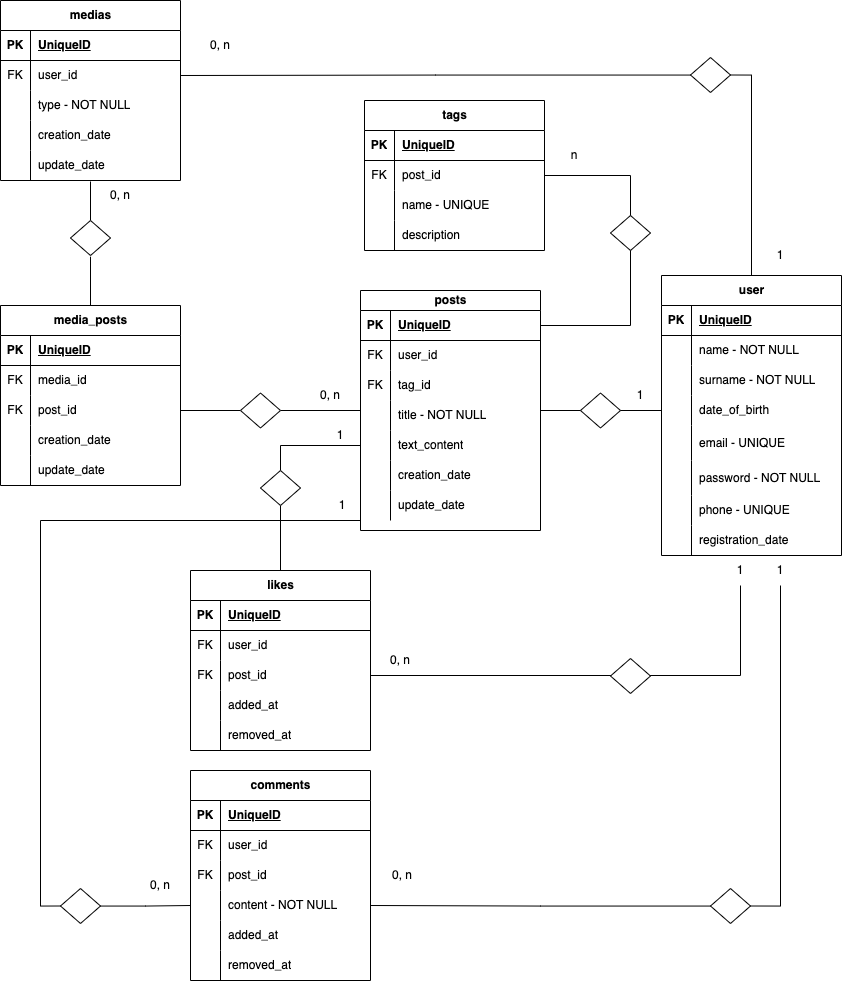
michelegelmini/social-platform keeps this draw.io diagram as social_platform.drawio.png. Above is the earlier version. Source tidied: cells renumbered, new cells last; positions are measured from the earlier drawing's top-left corner, leaving out a move shared by most shapes.
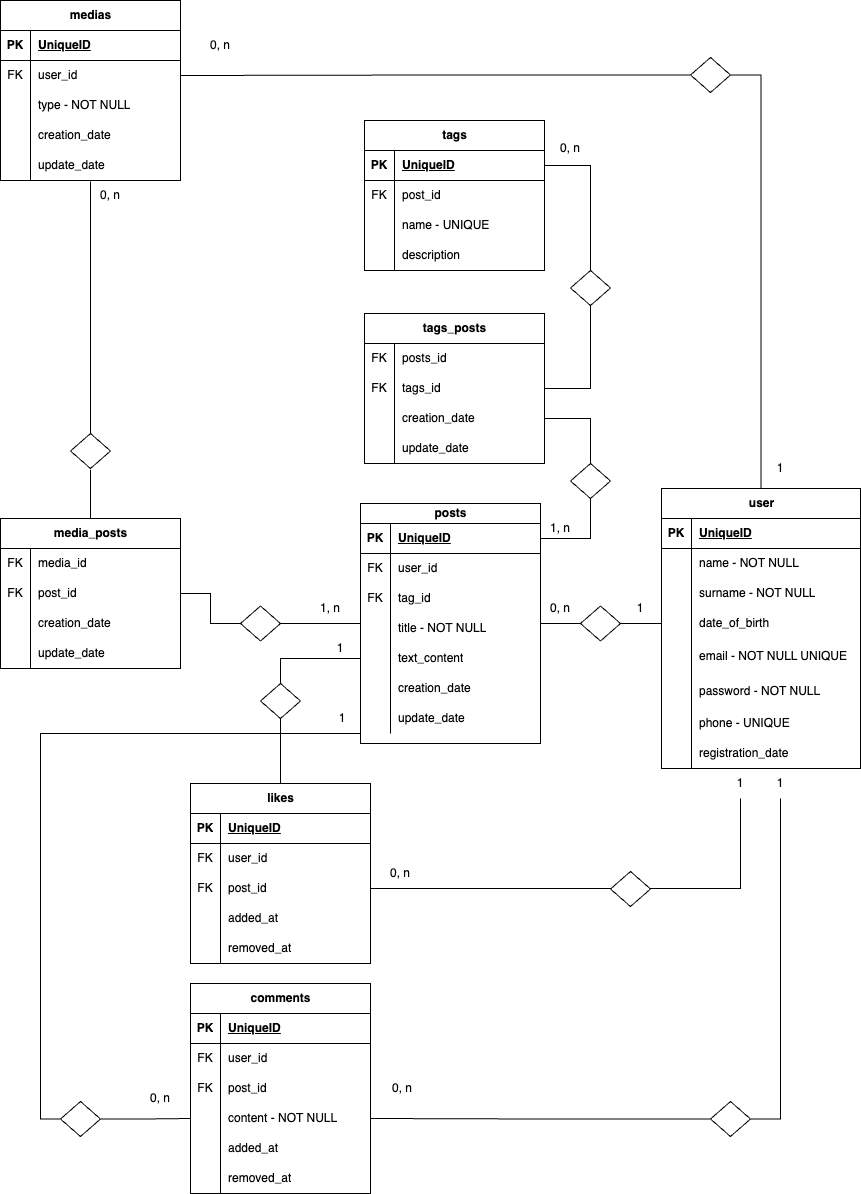
The same file after the commit.

Commit message:
add: diagram and querys

What changed in the source:
```diff
@@ -11,6 +11,6 @@
     <mxCell id="4" value="user" style="shape=table;startSize=30;rowLines=0;fontStyle=1;align=center;html=1;" parent="1" vertex="1">
-      <mxGeometry x="661" y="275" width="180" height="280" as="geometry" />
+      <mxGeometry x="661" y="275" width="199" height="280" as="geometry" />
     </mxCell>
     <mxCell id="5" style="shape=tableRow;horizontal=0;startSize=0;swimlaneHead=0;swimlaneBody=0;fillColor=none;top=0;left=0;right=0;bottom=1;" parent="4" vertex="1">
-      <mxGeometry y="30" width="180" height="30" as="geometry" />
+      <mxGeometry y="30" width="199" height="30" as="geometry" />
     </mxCell>
@@ -20,6 +20,6 @@
     <mxCell id="7" value="UniqueID" style="shape=partialRectangle;fillColor=none;top=0;left=0;bottom=0;right=0;align=left;spacingLeft=6;fontStyle=5;overflow=hidden;whiteSpace=wrap;html=1;" parent="5" vertex="1">
-      <mxGeometry x="30" width="150" height="30" as="geometry" />
+      <mxGeometry x="30" width="169" height="30" as="geometry" />
     </mxCell>
     <mxCell id="8" style="shape=tableRow;horizontal=0;startSize=0;swimlaneHead=0;swimlaneBody=0;fillColor=none;top=0;left=0;right=0;bottom=0;" parent="4" vertex="1">
-      <mxGeometry y="60" width="180" height="30" as="geometry" />
+      <mxGeometry y="60" width="199" height="30" as="geometry" />
     </mxCell>
@@ -29,6 +29,6 @@
     <mxCell id="10" value="name&amp;nbsp;- NOT NULL" style="shape=partialRectangle;fillColor=none;top=0;left=0;bottom=0;right=0;align=left;spacingLeft=6;overflow=hidden;whiteSpace=wrap;html=1;" parent="8" vertex="1">
-      <mxGeometry x="30" width="150" height="30" as="geometry" />
+      <mxGeometry x="30" width="169" height="30" as="geometry" />
     </mxCell>
     <mxCell id="11" style="shape=tableRow;horizontal=0;startSize=0;swimlaneHead=0;swimlaneBody=0;fillColor=none;top=0;left=0;right=0;bottom=0;" parent="4" vertex="1">
-      <mxGeometry y="90" width="180" height="30" as="geometry" />
+      <mxGeometry y="90" width="199" height="30" as="geometry" />
     </mxCell>
@@ -38,6 +38,6 @@
     <mxCell id="13" value="surname&amp;nbsp;- NOT NULL" style="shape=partialRectangle;fillColor=none;top=0;left=0;bottom=0;right=0;align=left;spacingLeft=6;overflow=hidden;whiteSpace=wrap;html=1;" parent="11" vertex="1">
-      <mxGeometry x="30" width="150" height="30" as="geometry" />
+      <mxGeometry x="30" width="169" height="30" as="geometry" />
     </mxCell>
     <mxCell id="14" style="shape=tableRow;horizontal=0;startSize=0;swimlaneHead=0;swimlaneBody=0;fillColor=none;points=[[0,0.5],[1,0.5]];portConstraint=eastwest;top=0;left=0;right=0;bottom=0;" parent="4" vertex="1">
-      <mxGeometry y="120" width="180" height="30" as="geometry" />
+      <mxGeometry y="120" width="199" height="30" as="geometry" />
     </mxCell>
@@ -47,6 +47,6 @@
     <mxCell id="16" value="date_of_birth" style="shape=partialRectangle;fillColor=none;top=0;left=0;bottom=0;right=0;align=left;spacingLeft=6;overflow=hidden;whiteSpace=wrap;html=1;" parent="14" vertex="1">
-      <mxGeometry x="30" width="150" height="30" as="geometry" />
+      <mxGeometry x="30" width="169" height="30" as="geometry" />
     </mxCell>
     <mxCell id="17" style="shape=tableRow;horizontal=0;startSize=0;swimlaneHead=0;swimlaneBody=0;fillColor=none;top=0;left=0;right=0;bottom=0;" parent="4" vertex="1">
-      <mxGeometry y="150" width="180" height="35" as="geometry" />
+      <mxGeometry y="150" width="199" height="35" as="geometry" />
     </mxCell>
@@ -55,7 +55,7 @@
     </mxCell>
-    <mxCell id="19" value="email - UNIQUE" style="shape=partialRectangle;fillColor=none;top=0;left=0;bottom=0;right=0;align=left;spacingLeft=6;overflow=hidden;whiteSpace=wrap;html=1;" parent="17" vertex="1">
-      <mxGeometry x="30" width="150" height="35" as="geometry" />
+    <mxCell id="19" value="email - NOT NULL UNIQUE" style="shape=partialRectangle;fillColor=none;top=0;left=0;bottom=0;right=0;align=left;spacingLeft=6;overflow=hidden;whiteSpace=wrap;html=1;" parent="17" vertex="1">
+      <mxGeometry x="30" width="169" height="35" as="geometry" />
     </mxCell>
     <mxCell id="20" style="shape=tableRow;horizontal=0;startSize=0;swimlaneHead=0;swimlaneBody=0;fillColor=none;top=0;left=0;right=0;bottom=0;" parent="4" vertex="1">
-      <mxGeometry y="185" width="180" height="35" as="geometry" />
+      <mxGeometry y="185" width="199" height="35" as="geometry" />
     </mxCell>
@@ -65,6 +65,6 @@
     <mxCell id="22" value="password - NOT NULL" style="shape=partialRectangle;fillColor=none;top=0;left=0;bottom=0;right=0;align=left;spacingLeft=6;overflow=hidden;whiteSpace=wrap;html=1;" parent="20" vertex="1">
-      <mxGeometry x="30" width="150" height="35" as="geometry" />
+      <mxGeometry x="30" width="169" height="35" as="geometry" />
     </mxCell>
     <mxCell id="23" style="shape=tableRow;horizontal=0;startSize=0;swimlaneHead=0;swimlaneBody=0;fillColor=none;top=0;left=0;right=0;bottom=0;" parent="4" vertex="1">
-      <mxGeometry y="220" width="180" height="30" as="geometry" />
+      <mxGeometry y="220" width="199" height="30" as="geometry" />
     </mxCell>
@@ -74,6 +74,6 @@
     <mxCell id="25" value="phone - UNIQUE" style="shape=partialRectangle;fillColor=none;top=0;left=0;bottom=0;right=0;align=left;spacingLeft=6;overflow=hidden;whiteSpace=wrap;html=1;" parent="23" vertex="1">
-      <mxGeometry x="30" width="150" height="30" as="geometry" />
+      <mxGeometry x="30" width="169" height="30" as="geometry" />
     </mxCell>
     <mxCell id="26" style="shape=tableRow;horizontal=0;startSize=0;swimlaneHead=0;swimlaneBody=0;fillColor=none;top=0;left=0;right=0;bottom=0;" parent="4" vertex="1">
-      <mxGeometry y="250" width="180" height="30" as="geometry" />
+      <mxGeometry y="250" width="199" height="30" as="geometry" />
     </mxCell>
@@ -83,3 +83,3 @@
     <mxCell id="28" value="registration_date" style="shape=partialRectangle;fillColor=none;top=0;left=0;bottom=0;right=0;align=left;spacingLeft=6;overflow=hidden;whiteSpace=wrap;html=1;" parent="26" vertex="1">
-      <mxGeometry x="30" width="150" height="30" as="geometry" />
+      <mxGeometry x="30" width="169" height="30" as="geometry" />
     </mxCell>
@@ -203,3 +203,3 @@
     <mxCell id="68" value="medias" style="shape=table;startSize=30;rowLines=0;fontStyle=1;align=center;html=1;" parent="1" vertex="1">
-      <mxGeometry width="180" height="180" as="geometry" />
+      <mxGeometry y="-213" width="180" height="180" as="geometry" />
     </mxCell>
@@ -254,15 +254,6 @@
     <mxCell id="85" value="media_posts" style="shape=table;startSize=30;rowLines=0;fontStyle=1;align=center;html=1;" parent="1" vertex="1">
-      <mxGeometry y="305" width="180" height="180" as="geometry" />
+      <mxGeometry y="305" width="180" height="150" as="geometry" />
     </mxCell>
-    <mxCell id="86" style="shape=tableRow;horizontal=0;startSize=0;swimlaneHead=0;swimlaneBody=0;fillColor=none;top=0;left=0;right=0;bottom=1;" parent="85" vertex="1">
-      <mxGeometry y="30" width="180" height="30" as="geometry" />
-    </mxCell>
-    <mxCell id="87" value="PK" style="shape=partialRectangle;fillColor=none;top=0;left=0;bottom=0;right=0;fontStyle=1;overflow=hidden;whiteSpace=wrap;html=1;" parent="86" vertex="1">
-      <mxGeometry width="30" height="30" as="geometry" />
-    </mxCell>
-    <mxCell id="88" value="UniqueID" style="shape=partialRectangle;fillColor=none;top=0;left=0;bottom=0;right=0;align=left;spacingLeft=6;fontStyle=5;overflow=hidden;whiteSpace=wrap;html=1;" parent="86" vertex="1">
-      <mxGeometry x="30" width="150" height="30" as="geometry" />
-    </mxCell>
     <mxCell id="89" style="shape=tableRow;horizontal=0;startSize=0;swimlaneHead=0;swimlaneBody=0;fillColor=none;top=0;left=0;right=0;bottom=0;" parent="85" vertex="1">
-      <mxGeometry y="60" width="180" height="30" as="geometry" />
+      <mxGeometry y="30" width="180" height="30" as="geometry" />
     </mxCell>
@@ -275,3 +266,3 @@
     <mxCell id="92" style="shape=tableRow;horizontal=0;startSize=0;swimlaneHead=0;swimlaneBody=0;fillColor=none;points=[[0,0.5],[1,0.5]];portConstraint=eastwest;top=0;left=0;right=0;bottom=0;" parent="85" vertex="1">
-      <mxGeometry y="90" width="180" height="30" as="geometry" />
+      <mxGeometry y="60" width="180" height="30" as="geometry" />
     </mxCell>
@@ -284,3 +275,3 @@
     <mxCell id="95" style="shape=tableRow;horizontal=0;startSize=0;swimlaneHead=0;swimlaneBody=0;fillColor=none;top=0;left=0;right=0;bottom=0;" parent="85" vertex="1">
-      <mxGeometry y="120" width="180" height="30" as="geometry" />
+      <mxGeometry y="90" width="180" height="30" as="geometry" />
     </mxCell>
@@ -293,3 +284,3 @@
     <mxCell id="98" style="shape=tableRow;horizontal=0;startSize=0;swimlaneHead=0;swimlaneBody=0;fillColor=none;top=0;left=0;right=0;bottom=0;" parent="85" vertex="1">
-      <mxGeometry y="150" width="180" height="30" as="geometry" />
+      <mxGeometry y="120" width="180" height="30" as="geometry" />
     </mxCell>
@@ -311,3 +302,3 @@
     <mxCell id="104" value="tags" style="shape=table;startSize=30;rowLines=0;fontStyle=1;align=center;html=1;" parent="1" vertex="1">
-      <mxGeometry x="364" y="100" width="180" height="150" as="geometry" />
+      <mxGeometry x="364" y="-93" width="180" height="150" as="geometry" />
     </mxCell>
@@ -349,12 +340,4 @@
     </mxCell>
-    <mxCell id="117" style="edgeStyle=orthogonalEdgeStyle;rounded=0;jettySize=auto;html=1;entryX=1;entryY=0.5;entryDx=0;entryDy=0;endArrow=none;endFill=0;" parent="1" edge="1" source="31" target="108">
-      <mxGeometry relative="1" as="geometry">
-        <Array as="points">
-          <mxPoint x="630" y="325" />
-          <mxPoint x="630" y="175" />
-        </Array>
-      </mxGeometry>
-    </mxCell>
     <mxCell id="118" value="0, n" style="text;html=1;align=center;verticalAlign=middle;whiteSpace=wrap;rounded=0;" parent="1" vertex="1">
-      <mxGeometry x="190" y="30" width="60" height="30" as="geometry" />
+      <mxGeometry x="190" y="-183" width="60" height="30" as="geometry" />
     </mxCell>
@@ -363,4 +346,4 @@
     </mxCell>
-    <mxCell id="120" value="n" style="text;html=1;align=center;verticalAlign=middle;whiteSpace=wrap;rounded=0;" parent="1" vertex="1">
-      <mxGeometry x="544" y="140" width="60" height="30" as="geometry" />
+    <mxCell id="120" value="0, n" style="text;html=1;align=center;verticalAlign=middle;whiteSpace=wrap;rounded=0;" parent="1" vertex="1">
+      <mxGeometry x="540" y="-80" width="60" height="30" as="geometry" />
     </mxCell>
@@ -378,3 +361,3 @@
     </mxCell>
-    <mxCell id="125" value="0, n" style="text;html=1;align=center;verticalAlign=middle;whiteSpace=wrap;rounded=0;" parent="1" vertex="1">
+    <mxCell id="125" value="1, n" style="text;html=1;align=center;verticalAlign=middle;whiteSpace=wrap;rounded=0;" parent="1" vertex="1">
       <mxGeometry x="300" y="380" width="60" height="30" as="geometry" />
@@ -382,3 +365,3 @@
     <mxCell id="126" value="0, n" style="text;html=1;align=center;verticalAlign=middle;whiteSpace=wrap;rounded=0;" parent="1" vertex="1">
-      <mxGeometry x="90" y="180" width="60" height="30" as="geometry" />
+      <mxGeometry x="80" y="-33" width="60" height="30" as="geometry" />
     </mxCell>
@@ -457,6 +440,9 @@
     <mxCell id="151" style="rhombus;whiteSpace=wrap;html=1;" parent="1" vertex="1">
-      <mxGeometry x="690" y="57" width="40" height="35" as="geometry" />
+      <mxGeometry x="690" y="-156" width="40" height="35" as="geometry" />
     </mxCell>
+    <mxCell id="167" style="edgeStyle=orthogonalEdgeStyle;rounded=0;jettySize=auto;html=1;entryX=1;entryY=0.5;entryDx=0;entryDy=0;endArrow=none;endFill=0;" parent="1" edge="1" source="152" target="176">
+      <mxGeometry relative="1" as="geometry" />
+    </mxCell>
     <mxCell id="152" style="rhombus;whiteSpace=wrap;html=1;" parent="1" vertex="1">
-      <mxGeometry x="610" y="215" width="40" height="35" as="geometry" />
+      <mxGeometry x="570" y="250" width="40" height="35" as="geometry" />
     </mxCell>
@@ -509,2 +495,59 @@
     </mxCell>
+    <mxCell id="168" value="0, n" style="text;html=1;align=center;verticalAlign=middle;whiteSpace=wrap;rounded=0;" parent="1" vertex="1">
+      <mxGeometry x="530" y="380" width="60" height="30" as="geometry" />
+    </mxCell>
+    <mxCell id="169" value="tags_posts" style="shape=table;startSize=30;rowLines=0;fontStyle=1;align=center;html=1;" parent="1" vertex="1">
+      <mxGeometry x="364" y="100" width="180" height="150" as="geometry" />
+    </mxCell>
+    <mxCell id="170" style="shape=tableRow;horizontal=0;startSize=0;swimlaneHead=0;swimlaneBody=0;fillColor=none;top=0;left=0;right=0;bottom=0;" parent="169" vertex="1">
+      <mxGeometry y="30" width="180" height="30" as="geometry" />
+    </mxCell>
+    <mxCell id="171" value="FK" style="shape=partialRectangle;fillColor=none;top=0;left=0;bottom=0;right=0;overflow=hidden;whiteSpace=wrap;html=1;" parent="170" vertex="1">
+      <mxGeometry width="30" height="30" as="geometry" />
+    </mxCell>
+    <mxCell id="172" value="posts_id" style="shape=partialRectangle;fillColor=none;top=0;left=0;bottom=0;right=0;align=left;spacingLeft=6;overflow=hidden;whiteSpace=wrap;html=1;" parent="170" vertex="1">
+      <mxGeometry x="30" width="150" height="30" as="geometry" />
+    </mxCell>
+    <mxCell id="173" style="shape=tableRow;horizontal=0;startSize=0;swimlaneHead=0;swimlaneBody=0;fillColor=none;points=[[0,0.5],[1,0.5]];portConstraint=eastwest;top=0;left=0;right=0;bottom=0;" parent="169" vertex="1">
+      <mxGeometry y="60" width="180" height="30" as="geometry" />
+    </mxCell>
+    <mxCell id="174" value="FK" style="shape=partialRectangle;fillColor=none;top=0;left=0;bottom=0;right=0;overflow=hidden;whiteSpace=wrap;html=1;" parent="173" vertex="1">
+      <mxGeometry width="30" height="30" as="geometry" />
+    </mxCell>
+    <mxCell id="175" value="tags_id" style="shape=partialRectangle;fillColor=none;top=0;left=0;bottom=0;right=0;align=left;spacingLeft=6;overflow=hidden;whiteSpace=wrap;html=1;" parent="173" vertex="1">
+      <mxGeometry x="30" width="150" height="30" as="geometry" />
+    </mxCell>
+    <mxCell id="176" style="shape=tableRow;horizontal=0;startSize=0;swimlaneHead=0;swimlaneBody=0;fillColor=none;points=[[0,0.5],[1,0.5]];portConstraint=eastwest;top=0;left=0;right=0;bottom=0;" parent="169" vertex="1">
+      <mxGeometry y="90" width="180" height="30" as="geometry" />
+    </mxCell>
+    <mxCell id="177" style="shape=partialRectangle;fillColor=none;top=0;left=0;bottom=0;right=0;overflow=hidden;whiteSpace=wrap;html=1;" parent="176" vertex="1">
+      <mxGeometry width="30" height="30" as="geometry" />
+    </mxCell>
+    <mxCell id="178" value="creation_date" style="shape=partialRectangle;fillColor=none;top=0;left=0;bottom=0;right=0;align=left;spacingLeft=6;overflow=hidden;whiteSpace=wrap;html=1;" parent="176" vertex="1">
+      <mxGeometry x="30" width="150" height="30" as="geometry" />
+    </mxCell>
+    <mxCell id="179" style="shape=tableRow;horizontal=0;startSize=0;swimlaneHead=0;swimlaneBody=0;fillColor=none;top=0;left=0;right=0;bottom=0;" parent="169" vertex="1">
+      <mxGeometry y="120" width="180" height="30" as="geometry" />
+    </mxCell>
+    <mxCell id="180" style="shape=partialRectangle;fillColor=none;top=0;left=0;bottom=0;right=0;overflow=hidden;whiteSpace=wrap;html=1;" parent="179" vertex="1">
+      <mxGeometry width="30" height="30" as="geometry" />
+    </mxCell>
+    <mxCell id="181" value="update_date" style="shape=partialRectangle;fillColor=none;top=0;left=0;bottom=0;right=0;align=left;spacingLeft=6;overflow=hidden;whiteSpace=wrap;html=1;" parent="179" vertex="1">
+      <mxGeometry x="30" width="150" height="30" as="geometry" />
+    </mxCell>
+    <mxCell id="182" style="edgeStyle=orthogonalEdgeStyle;rounded=0;jettySize=auto;html=1;endArrow=none;endFill=0;" parent="1" edge="1" source="31" target="152">
+      <mxGeometry relative="1" as="geometry" />
+    </mxCell>
+    <mxCell id="183" style="edgeStyle=orthogonalEdgeStyle;rounded=0;jettySize=auto;html=1;entryX=1;entryY=0.5;entryDx=0;entryDy=0;endArrow=none;endFill=0;" parent="1" edge="1" source="184" target="105">
+      <mxGeometry relative="1" as="geometry" />
+    </mxCell>
+    <mxCell id="184" style="rhombus;whiteSpace=wrap;html=1;" parent="1" vertex="1">
+      <mxGeometry x="570" y="57" width="40" height="35" as="geometry" />
+    </mxCell>
+    <mxCell id="185" style="edgeStyle=orthogonalEdgeStyle;rounded=0;jettySize=auto;html=1;entryX=0.5;entryY=1;entryDx=0;entryDy=0;endArrow=none;endFill=0;" parent="1" edge="1" source="173" target="184">
+      <mxGeometry relative="1" as="geometry" />
+    </mxCell>
+    <mxCell id="186" value="1, n" style="text;html=1;align=center;verticalAlign=middle;whiteSpace=wrap;rounded=0;" parent="1" vertex="1">
+      <mxGeometry x="530" y="300" width="60" height="30" as="geometry" />
+    </mxCell>
   </root>
```
